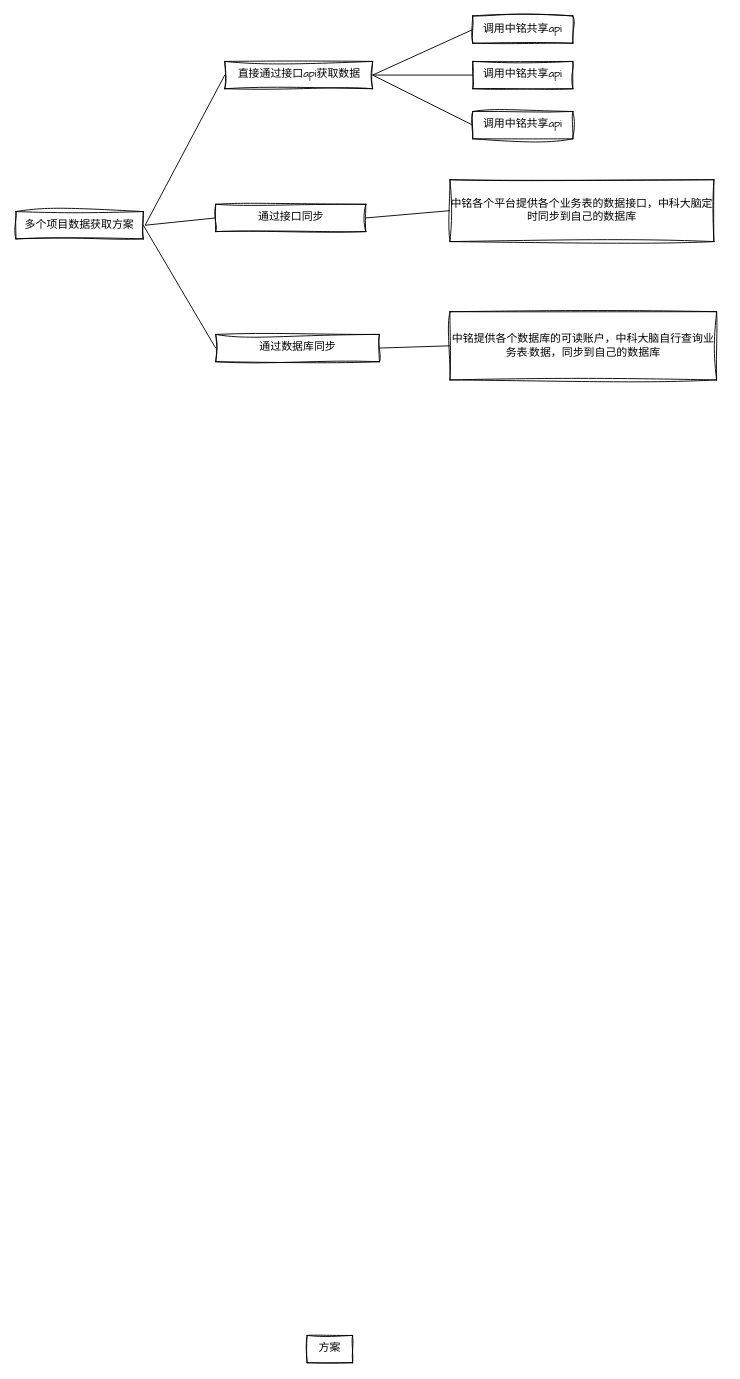
Earlier version of the draw.io diagram chapter01/未命名绘图.drawio (sweet-oranges/picture). Source tidied: cells renumbered, new cells numbered last; positions are measured from the earlier drawing's top-left corner, leaving out a move shared by most shapes. Both pictures are drawn from the tidied source at 91%, with x=0, y=0 at pixel (15, 15).
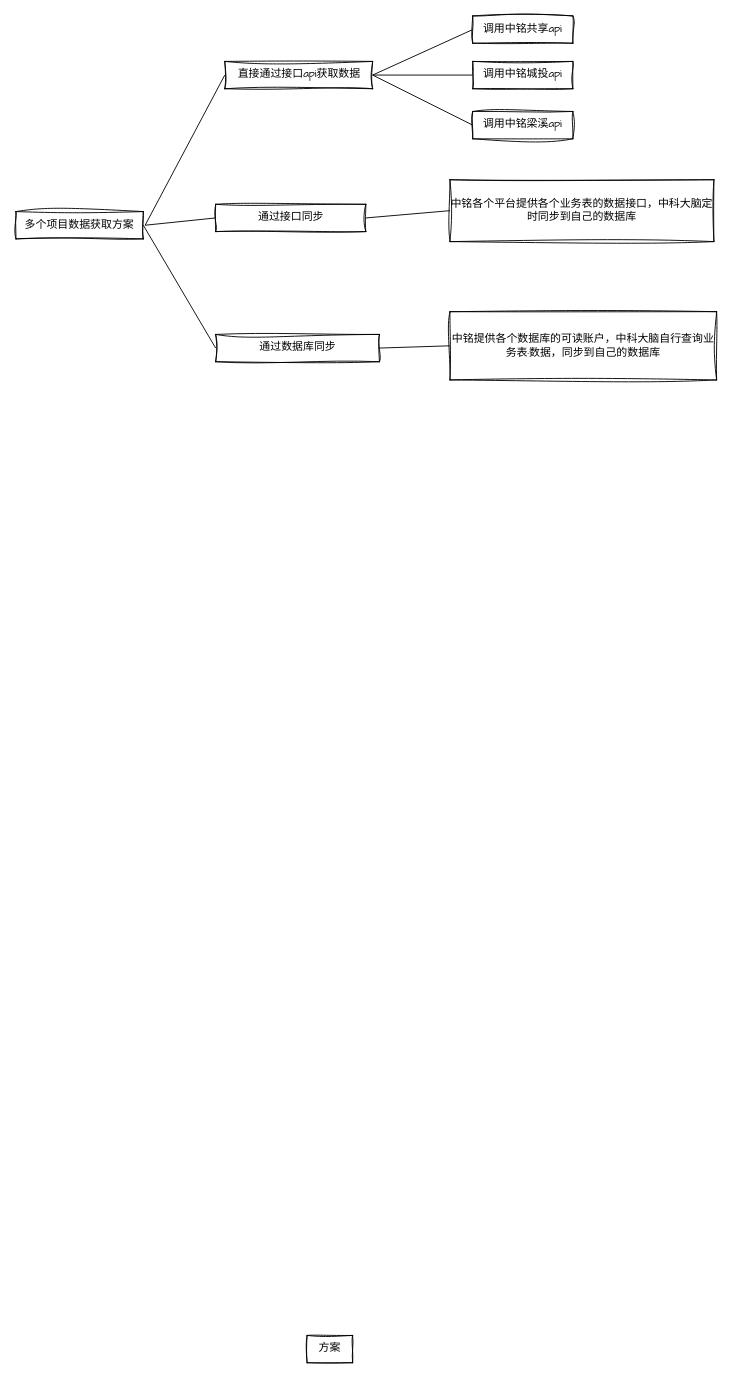
The same diagram, later.

Commit message:
更新未命名绘图.drawio

The edit, as a diff of the source:
```diff
@@
-    <mxCell id="8" value="调用中铭共享api" style="rounded=0;whiteSpace=wrap;html=1;shadow=0;glass=0;fontFamily=Comic Sans MS;labelBackgroundColor=none;disableMultiStroke=0;disableMultiStrokeFill=0;enumerate=0;fixedWidth=0;sketch=1;curveFitting=1;jiggle=2;fillStyle=auto;" parent="1" vertex="1">
+    <mxCell id="8" value="调用中铭城投api" style="rounded=0;whiteSpace=wrap;html=1;shadow=0;glass=0;fontFamily=Comic Sans MS;labelBackgroundColor=none;disableMultiStroke=0;disableMultiStrokeFill=0;enumerate=0;fixedWidth=0;sketch=1;curveFitting=1;jiggle=2;fillStyle=auto;" parent="1" vertex="1">
       <mxGeometry x="502" y="50" width="110" height="30" as="geometry" />
     </mxCell>
-    <mxCell id="9" value="调用中铭共享api" style="rounded=0;whiteSpace=wrap;html=1;shadow=0;glass=0;fontFamily=Comic Sans MS;labelBackgroundColor=none;disableMultiStroke=0;disableMultiStrokeFill=0;enumerate=0;fixedWidth=0;sketch=1;curveFitting=1;jiggle=2;fillStyle=auto;" parent="1" vertex="1">
+    <mxCell id="9" value="调用中铭梁溪api" style="rounded=0;whiteSpace=wrap;html=1;shadow=0;glass=0;fontFamily=Comic Sans MS;labelBackgroundColor=none;disableMultiStroke=0;disableMultiStrokeFill=0;enumerate=0;fixedWidth=0;sketch=1;curveFitting=1;jiggle=2;fillStyle=auto;" parent="1" vertex="1">
       <mxGeometry x="502" y="105" width="110" height="30" as="geometry" />
     </mxCell>
```
